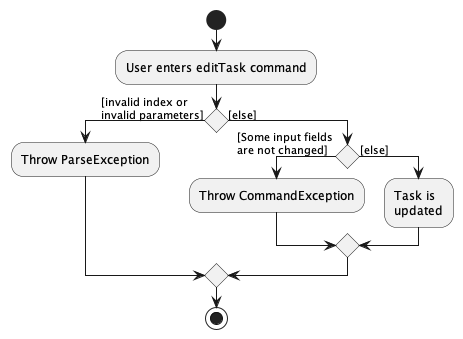
The PlantUML diagram docs/images/EditTaskCommandActivityDiagram.png in nus-cs2103-AY2223S1/tp, before a commit. Its source is kept beside it as docs/diagrams/EditTaskCommandActivityDiagram.puml. Its diagram source:
```plantuml
@startuml
start
:User enters editTask command;

if () then ([invalid index or \ninvalid parameters])
    :Throw ParseException;

else ([else])

    if () then ([Some input fields \nare not changed])
        :Throw CommandException;
    else ([else])
        :Task is \nupdated;
    endif

endif
stop
@enduml
```
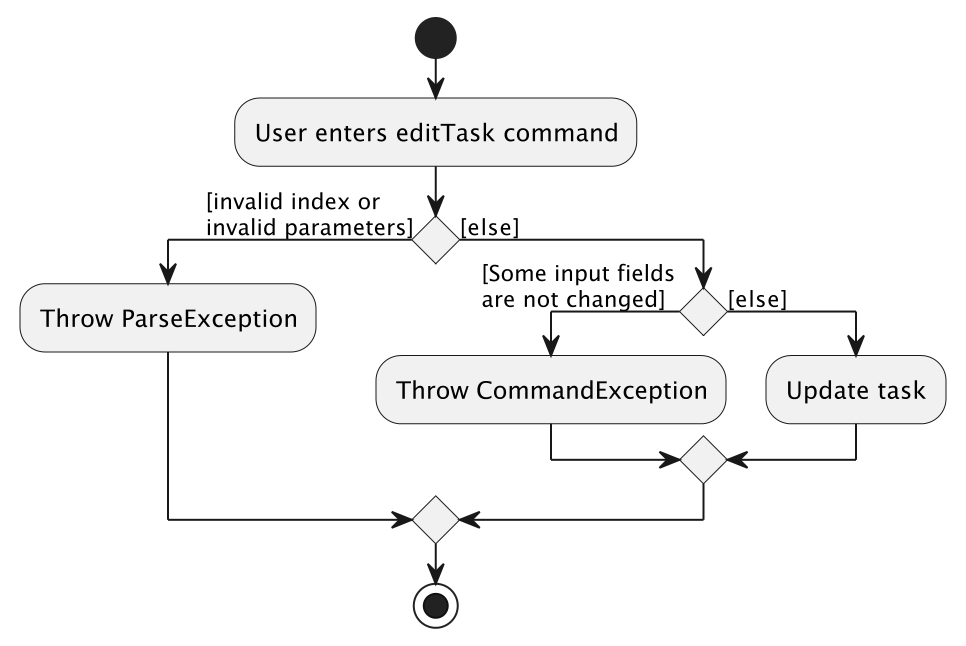
After the commit.

Change to the diagram source:
```diff
@@ -10,7 +10,7 @@
     if () then ([Some input fields \nare not changed])
         :Throw CommandException;
     else ([else])
-        :Task is \nupdated;
+        :Update task;
     endif
 
 endif
```
